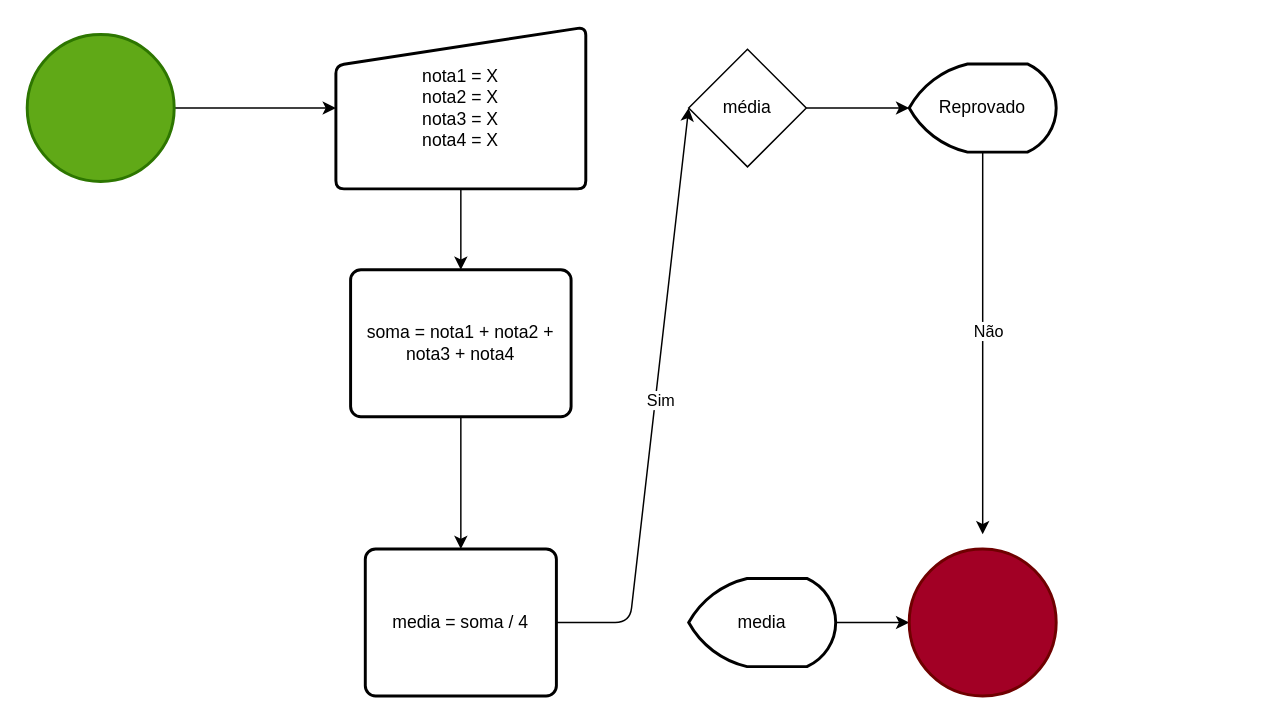
Before: aulas/aula 01/calculo_notas.drawio in Matheussenac13/logica-programa-o, a draw.io diagram. Source tidied: cells renumbered, new cells numbered last; positions are measured from the earlier drawing's top-left corner, leaving out a move shared by most shapes. Both pictures are drawn from the tidied source at 147%, with x=0, y=0 at pixel (26, 26).
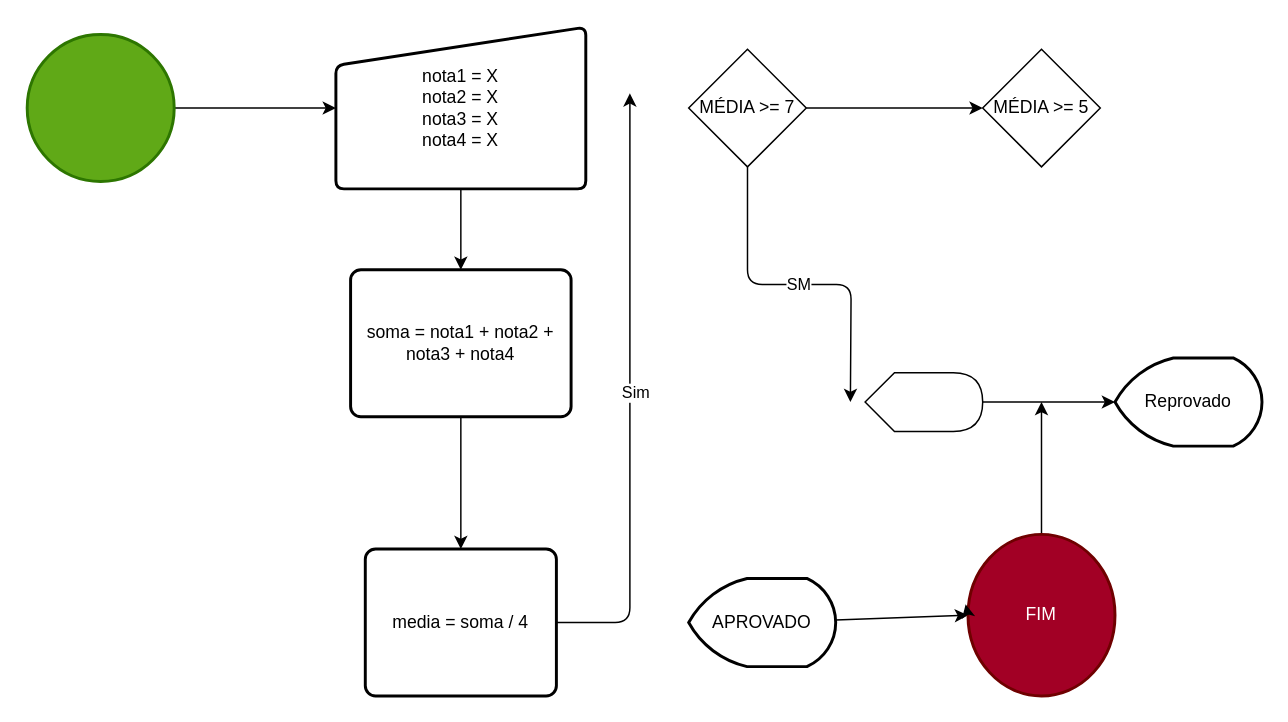
Above is the later version.

The change refers to these unchanged cells:
```xml
<mxCell id="10" value="media = soma / 4" style="rounded=1;whiteSpace=wrap;html=1;absoluteArcSize=1;arcSize=14;strokeWidth=2;" parent="1" vertex="1">
  <mxGeometry x="230" y="355" width="130" height="100" as="geometry" />
</mxCell>
```

The edit, as a diff of the source:
```diff
@@
-    <mxCell id="8" style="edgeStyle=none;html=1;entryX=0;entryY=0.5;entryDx=0;entryDy=0;" parent="1" edge="1" source="10" target="15">
+    <mxCell id="8" style="edgeStyle=none;html=1;" parent="1" edge="1" source="10">
       <mxGeometry relative="1" as="geometry">
+        <mxPoint x="410" y="45" as="targetPoint" />
         <Array as="points">
           <mxPoint x="410" y="405" />
         </Array>
       </mxGeometry>
     </mxCell>
@@
-    <mxCell id="12" value="media" style="strokeWidth=2;html=1;shape=mxgraph.flowchart.display;whiteSpace=wrap;" parent="1" vertex="1">
+    <mxCell id="12" value="APROVADO" style="strokeWidth=2;html=1;shape=mxgraph.flowchart.display;whiteSpace=wrap;" parent="1" vertex="1">
       <mxGeometry x="450" y="375" width="100" height="60" as="geometry" />
     </mxCell>
+    <mxCell id="19" style="edgeStyle=orthogonalEdgeStyle;html=1;" parent="1" edge="1" source="13">
+      <mxGeometry relative="1" as="geometry">
+        <mxPoint x="690" y="255" as="targetPoint" />
+      </mxGeometry>
+    </mxCell>
-    <mxCell id="13" style="strokeWidth=2;html=1;shape=mxgraph.flowchart.start_2;whiteSpace=wrap;fillColor=#a20025;fontColor=#ffffff;strokeColor=#6F0000;" parent="1" vertex="1">
-      <mxGeometry x="600" y="355" width="100" height="100" as="geometry" />
+    <mxCell id="13" value="FIM" style="strokeWidth=2;html=1;shape=mxgraph.flowchart.start_2;whiteSpace=wrap;fillColor=#a20025;fontColor=#ffffff;strokeColor=#6F0000;" parent="1" vertex="1">
+      <mxGeometry x="640" y="345" width="100" height="110" as="geometry" />
     </mxCell>
-    <mxCell id="14" style="edgeStyle=none;html=1;" parent="1" edge="1" source="15" target="18">
-      <mxGeometry relative="1" as="geometry" />
+    <mxCell id="14" value="SM" style="edgeStyle=orthogonalEdgeStyle;html=1;exitX=0.5;exitY=1;exitDx=0;exitDy=0;" parent="1" edge="1" source="15">
+      <mxGeometry relative="1" as="geometry">
+        <mxPoint x="560" y="255" as="targetPoint" />
+      </mxGeometry>
     </mxCell>
+    <mxCell id="20" style="edgeStyle=orthogonalEdgeStyle;html=1;entryX=0;entryY=0.5;entryDx=0;entryDy=0;" parent="1" edge="1" source="15" target="21">
+      <mxGeometry relative="1" as="geometry" />
+    </mxCell>
-    <mxCell id="15" value="média" style="rhombus;whiteSpace=wrap;html=1;" parent="1" vertex="1">
+    <mxCell id="15" value="MÉDIA &amp;gt;= 7" style="rhombus;whiteSpace=wrap;html=1;" parent="1" vertex="1">
       <mxGeometry x="450" y="15" width="80" height="80" as="geometry" />
     </mxCell>
-    <mxCell id="16" style="edgeStyle=none;html=1;" parent="1" edge="1" source="18">
-      <mxGeometry relative="1" as="geometry">
-        <mxPoint x="650" y="345" as="targetPoint" />
-      </mxGeometry>
-    </mxCell>
-    <mxCell id="17" value="Não" style="edgeLabel;html=1;align=center;verticalAlign=middle;" parent="16" vertex="1">
-      <mxGeometry x="-0.07" y="3" relative="1" as="geometry" />
-    </mxCell>
     <mxCell id="18" value="Reprovado" style="strokeWidth=2;html=1;shape=mxgraph.flowchart.display;whiteSpace=wrap;" parent="1" vertex="1">
-      <mxGeometry x="600" y="25" width="100" height="60" as="geometry" />
+      <mxGeometry x="740" y="225" width="100" height="60" as="geometry" />
     </mxCell>
+    <mxCell id="21" value="MÉDIA &amp;gt;= 5" style="rhombus;whiteSpace=wrap;html=1;" parent="1" vertex="1">
+      <mxGeometry x="650" y="15" width="80" height="80" as="geometry" />
+    </mxCell>
+    <mxCell id="22" style="edgeStyle=orthogonalEdgeStyle;html=1;exitX=1;exitY=0.5;exitDx=0;exitDy=0;exitPerimeter=0;entryX=0;entryY=0.5;entryDx=0;entryDy=0;entryPerimeter=0;" parent="1" edge="1" source="23" target="18">
+      <mxGeometry relative="1" as="geometry">
+        <Array as="points">
+          <mxPoint x="700" y="255" />
+          <mxPoint x="700" y="255" />
+        </Array>
+      </mxGeometry>
+    </mxCell>
+    <mxCell id="23" style="shape=display;whiteSpace=wrap;html=1;" parent="1" vertex="1">
+      <mxGeometry x="570" y="235" width="80" height="40" as="geometry" />
+    </mxCell>
+    <mxCell id="24" style="edgeStyle=orthogonalEdgeStyle;html=1;exitX=0;exitY=0.5;exitDx=0;exitDy=0;exitPerimeter=0;entryX=-0.016;entryY=0.433;entryDx=0;entryDy=0;entryPerimeter=0;" parent="1" edge="1" source="13" target="13">
+      <mxGeometry relative="1" as="geometry" />
+    </mxCell>
```
